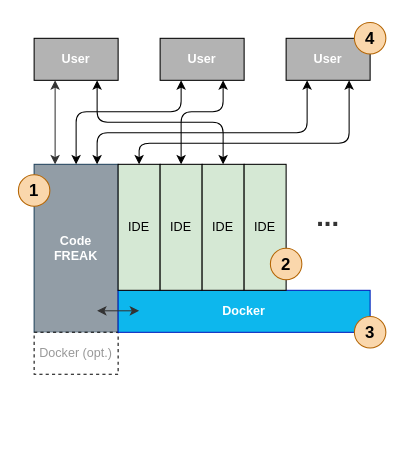
codefreak/codefreak keeps this draw.io diagram as docs/modules/for-developers/images/Code FREAK Overview.drawio. Above is the earlier version. Source tidied: cells renumbered, new cells numbered last; positions are measured from the earlier drawing's top-left corner, leaving out a move shared by most shapes. Both pictures are drawn from the tidied source at 105%, with x=0, y=0 at pixel (18, 22).
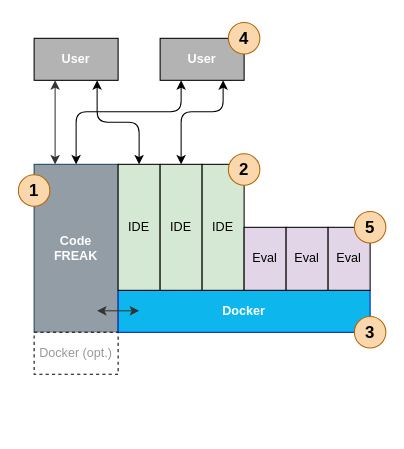
The same page after the edit.

Commit message (it also covers changes not shown here):
Add eval containers to dev docs image

The change refers to these unchanged cells:
```xml
<mxCell id="2" value="Code&lt;br&gt;FREAK&lt;br&gt;" style="rounded=0;whiteSpace=wrap;html=1;fillColor=#929DA6;strokeColor=#23445d;fontStyle=1;fontColor=#FFFFFF;" parent="1" vertex="1">
  <mxGeometry x="15" y="135" width="80" height="160" as="geometry" />
</mxCell>
<mxCell id="5" value="IDE&lt;br&gt;" style="rounded=0;whiteSpace=wrap;html=1;fillColor=#d5e8d4;strokeColor=#000000;" parent="1" vertex="1">
  <mxGeometry x="95" y="135" width="40" height="120" as="geometry" />
</mxCell>
<mxCell id="15" value="&lt;font style=&quot;font-size: 12px&quot;&gt;User&lt;/font&gt;" style="rounded=0;whiteSpace=wrap;html=1;strokeColor=#000000;fillColor=#B3B3B3;fontSize=12;fontColor=#FFFFFF;fontStyle=1;" parent="1" vertex="1">
  <mxGeometry x="15" y="15" width="80" height="40" as="geometry" />
</mxCell>
```

Diff of the diagram source:
```diff
@@
-    <mxCell id="8" value="IDE&lt;br&gt;" style="rounded=0;whiteSpace=wrap;html=1;fillColor=#d5e8d4;strokeColor=#000000;" parent="1" vertex="1">
-      <mxGeometry x="215" y="135" width="40" height="120" as="geometry" />
-    </mxCell>
-    <mxCell id="9" value="..." style="text;html=1;strokeColor=none;fillColor=none;align=center;verticalAlign=middle;whiteSpace=wrap;rounded=0;dashed=1;fontColor=#333333;fontStyle=1;fontSize=26;" parent="1" vertex="1">
-      <mxGeometry x="275" y="175" width="40" height="20" as="geometry" />
-    </mxCell>
@@
     <mxCell id="12" value="&lt;font style=&quot;font-size: 16px ; line-height: 230%&quot;&gt;&lt;b&gt;2&lt;/b&gt;&lt;/font&gt;" style="ellipse;whiteSpace=wrap;html=1;strokeColor=#b46504;fillColor=#fad7ac;fontSize=26;" parent="1" vertex="1">
-      <mxGeometry x="240" y="215" width="30" height="30" as="geometry" />
+      <mxGeometry x="200" y="125" width="30" height="30" as="geometry" />
     </mxCell>
@@
-    <mxCell id="14" style="edgeStyle=orthogonalEdgeStyle;rounded=1;jettySize=auto;html=1;exitX=0.75;exitY=1;exitDx=0;exitDy=0;startArrow=classic;startFill=1;strokeColor=#000000;fontSize=12;fontColor=#FFFFFF;" parent="1" edge="1" source="15">
+    <mxCell id="14" style="edgeStyle=orthogonalEdgeStyle;rounded=1;jettySize=auto;html=1;exitX=0.75;exitY=1;exitDx=0;exitDy=0;startArrow=classic;startFill=1;strokeColor=#000000;fontSize=12;fontColor=#FFFFFF;entryX=0.5;entryY=0;entryDx=0;entryDy=0;" parent="1" edge="1" source="15" target="5">
       <mxGeometry relative="1" as="geometry">
-        <mxPoint x="195" y="135" as="targetPoint" />
         <Array as="points">
           <mxPoint x="75" y="95" />
-          <mxPoint x="195" y="95" />
+          <mxPoint x="115" y="95" />
         </Array>
       </mxGeometry>
     </mxCell>
@@
-    <mxCell id="16" style="edgeStyle=orthogonalEdgeStyle;rounded=1;jettySize=auto;html=1;exitX=0.25;exitY=1;exitDx=0;exitDy=0;entryX=0.75;entryY=0;entryDx=0;entryDy=0;startArrow=classic;startFill=1;strokeColor=#000000;fontSize=12;fontColor=#FFFFFF;" parent="1" edge="1" source="18" target="2">
-      <mxGeometry relative="1" as="geometry">
-        <Array as="points">
-          <mxPoint x="275" y="105" />
-          <mxPoint x="75" y="105" />
-        </Array>
-      </mxGeometry>
-    </mxCell>
-    <mxCell id="17" style="edgeStyle=orthogonalEdgeStyle;rounded=1;jettySize=auto;html=1;exitX=0.75;exitY=1;exitDx=0;exitDy=0;entryX=0.5;entryY=0;entryDx=0;entryDy=0;startArrow=classic;startFill=1;strokeColor=#000000;fontSize=12;fontColor=#FFFFFF;" parent="1" edge="1" source="18" target="5">
-      <mxGeometry relative="1" as="geometry">
-        <Array as="points">
-          <mxPoint x="315" y="115" />
-          <mxPoint x="115" y="115" />
-        </Array>
-      </mxGeometry>
-    </mxCell>
-    <mxCell id="18" value="&lt;font style=&quot;font-size: 12px&quot;&gt;User&lt;/font&gt;" style="rounded=0;whiteSpace=wrap;html=1;strokeColor=#000000;fillColor=#B3B3B3;fontSize=12;fontColor=#FFFFFF;fontStyle=1;" parent="1" vertex="1">
-      <mxGeometry x="255" y="15" width="80" height="40" as="geometry" />
-    </mxCell>
@@
     <mxCell id="23" value="&lt;font style=&quot;font-size: 16px ; line-height: 230%&quot;&gt;&lt;b&gt;4&lt;/b&gt;&lt;/font&gt;" style="ellipse;whiteSpace=wrap;html=1;strokeColor=#b46504;fillColor=#fad7ac;fontSize=26;" parent="1" vertex="1">
-      <mxGeometry x="320" width="30" height="30" as="geometry" />
+      <mxGeometry x="200" width="30" height="30" as="geometry" />
     </mxCell>
@@
+    <mxCell id="25" value="Eval" style="rounded=0;whiteSpace=wrap;html=1;fillColor=#e1d5e7;" parent="1" vertex="1">
+      <mxGeometry x="215" y="195" width="40" height="60" as="geometry" />
+    </mxCell>
+    <mxCell id="26" value="Eval" style="rounded=0;whiteSpace=wrap;html=1;fillColor=#e1d5e7;" parent="1" vertex="1">
+      <mxGeometry x="255" y="195" width="40" height="60" as="geometry" />
+    </mxCell>
+    <mxCell id="27" value="Eval" style="rounded=0;whiteSpace=wrap;html=1;fillColor=#e1d5e7;" parent="1" vertex="1">
+      <mxGeometry x="295" y="195" width="40" height="60" as="geometry" />
+    </mxCell>
+    <mxCell id="28" value="&lt;font style=&quot;font-size: 16px ; line-height: 230%&quot;&gt;&lt;b&gt;5&lt;/b&gt;&lt;/font&gt;" style="ellipse;whiteSpace=wrap;html=1;strokeColor=#b46504;fillColor=#fad7ac;fontSize=26;" parent="1" vertex="1">
+      <mxGeometry x="320" y="180" width="30" height="30" as="geometry" />
+    </mxCell>
```
